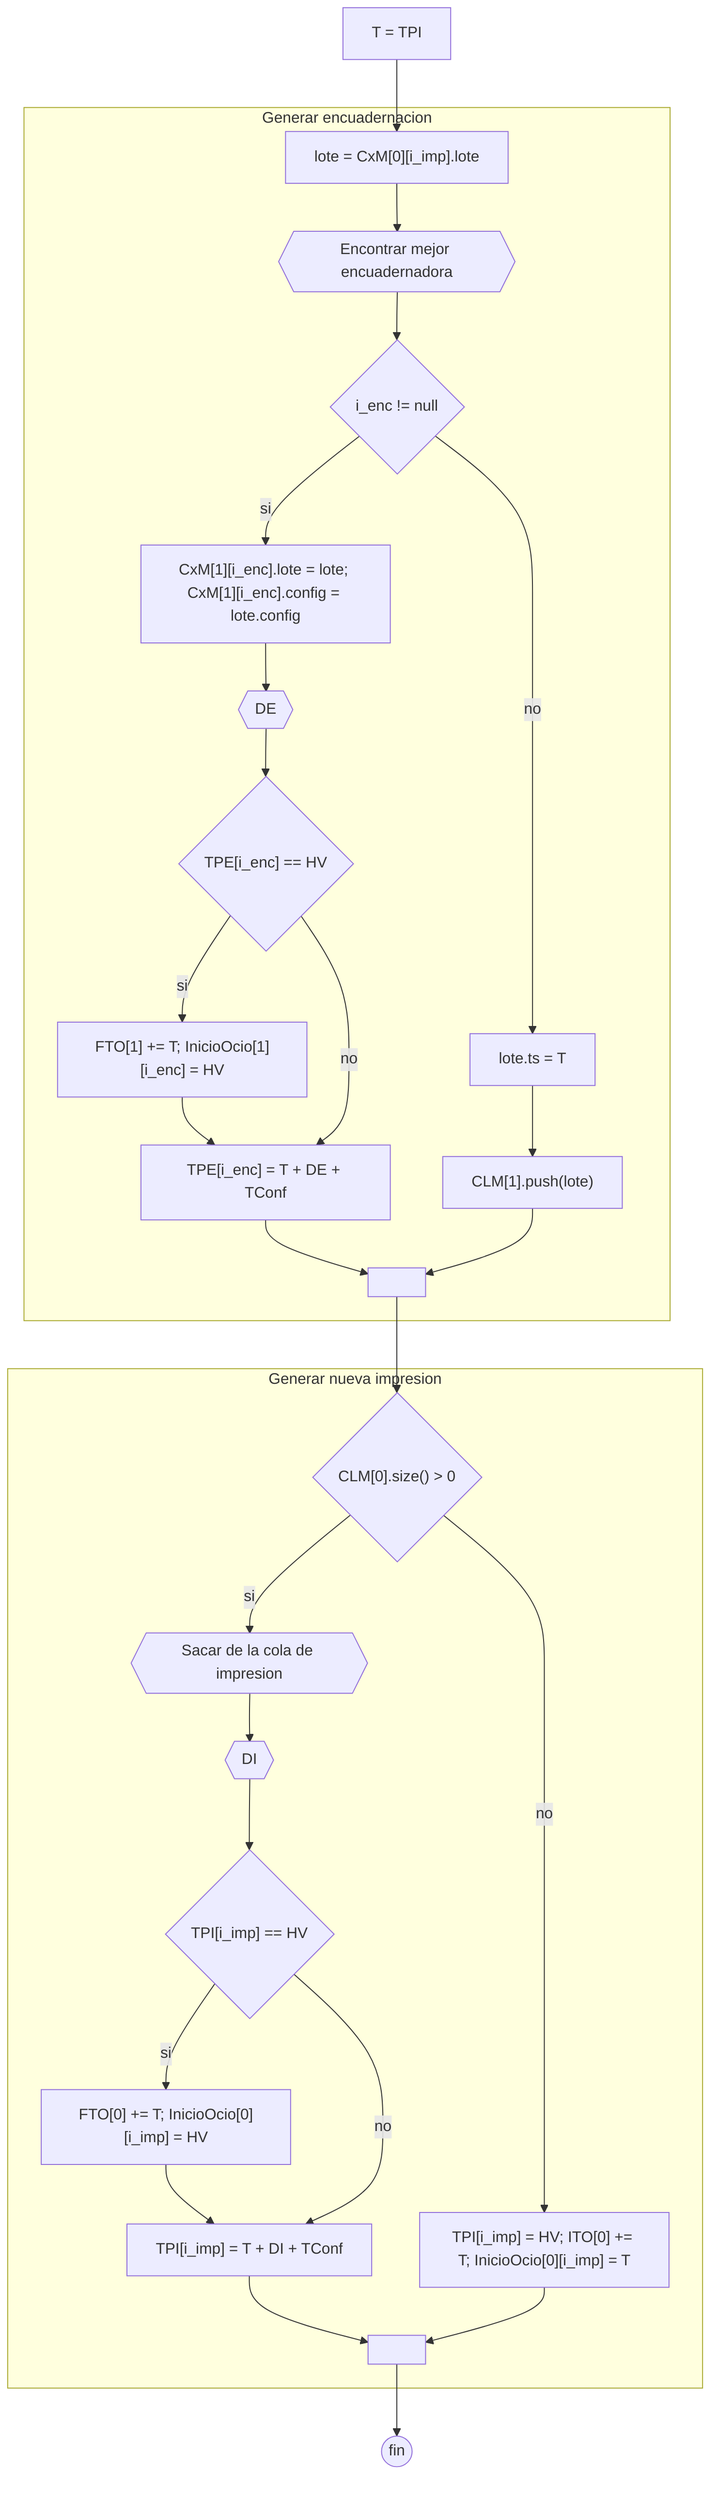
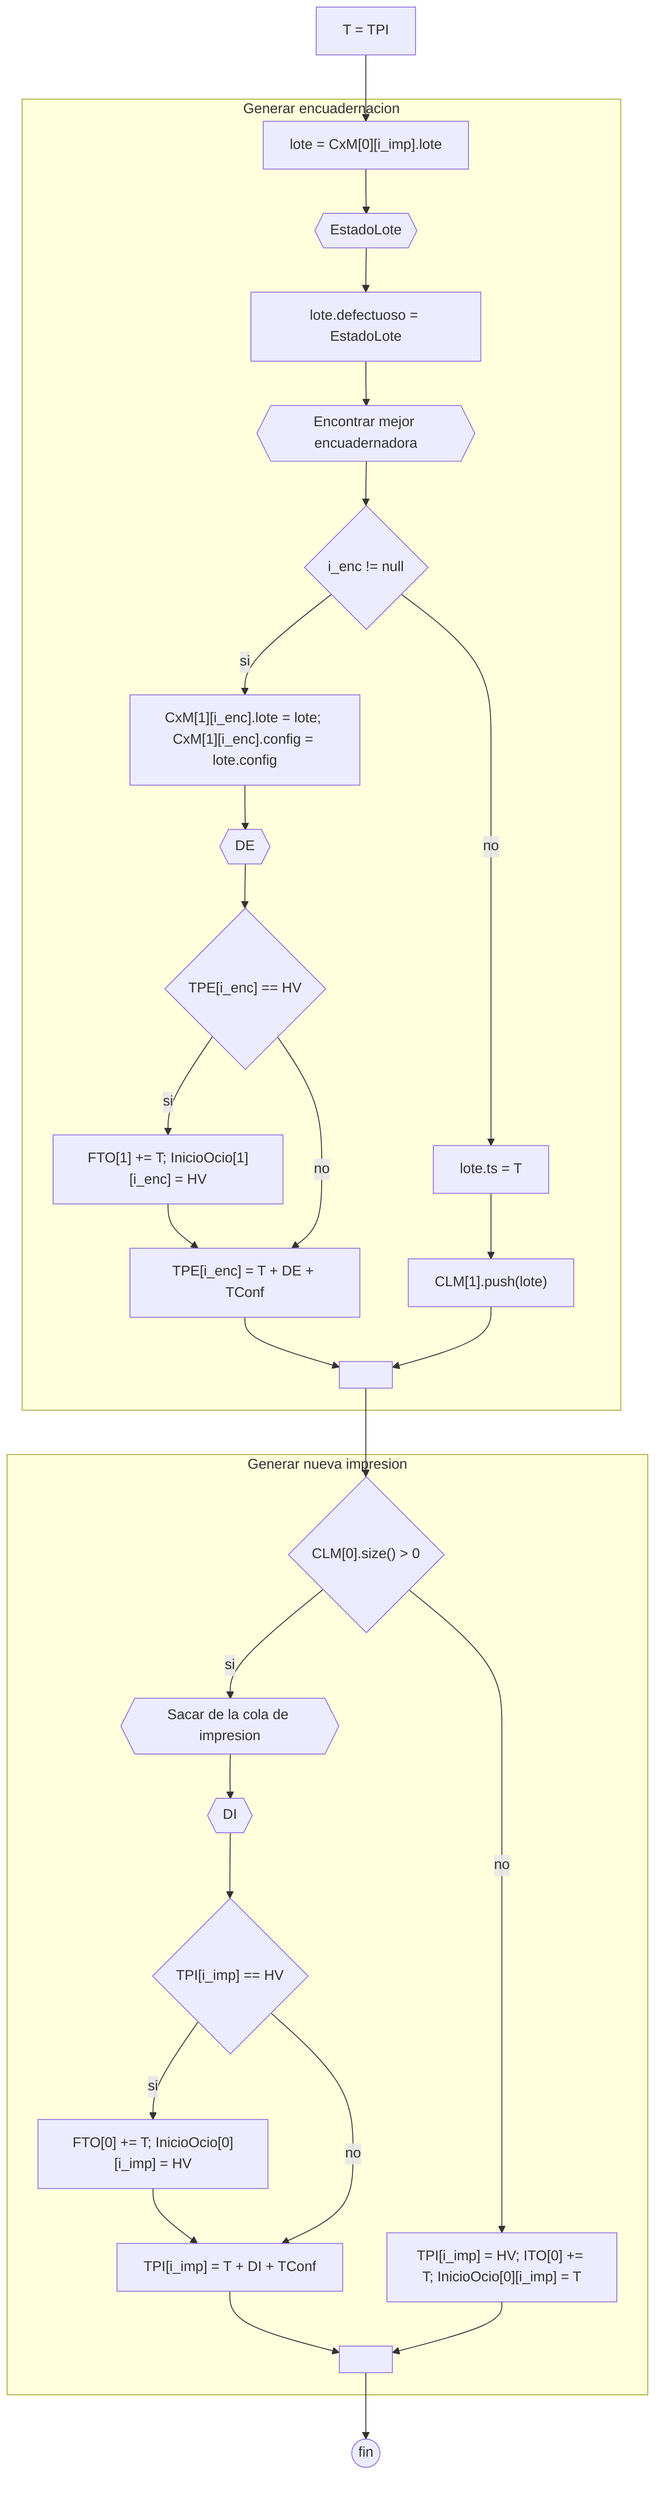
flowchart TD
    direction TD

    a[T = TPI] --> lote["lote = CxM[0][i_imp].lote"]

    subgraph Generar encuadernacion
-     lote --> g{{Encontrar mejor encuadernadora}} --> if2{"i_enc != null"}
+     lote --> estado{{EstadoLote}} --> real["lote.defectuoso = EstadoLote"] --> g{{Encontrar mejor encuadernadora}} --> if2{"i_enc != null"}
    if2 --> |si| aaa0["CxM[1][i_enc].lote = lote; CxM[1][i_enc].config = lote.config"] --> aaa{{DE}} --> ii1{"TPE[i_enc] == HV"} --> |si| ii2["FTO[1] += T; InicioOcio[1][i_enc] = HV"] --> hh
    ii1 --> |no| hh["TPE[i_enc] = T + DE + TConf"] --> ll
    if2 --> |no| z9["lote.ts = T"] --> aa["CLM[1].push(lote)"]  --> ll
    end

    subgraph Generar nueva impresion
    ll[" "] --> if
    if{"CLM[0].size() > 0"} --> |si| e{{"Sacar de la cola de impresion"}} --> s{{DI}} --> i1{"TPI[i_imp] == HV"} --> |si| i2["FTO[0] += T; InicioOcio[0][i_imp] = HV"] --> i
    i1 --> |no| i["TPI[i_imp] = T + DI + TConf"] --> l[" "]
    if --> |no| zz["TPI[i_imp] = HV; ITO[0] += T; InicioOcio[0][i_imp] = T"] --> l
    end

    l --> fin(("fin"))
